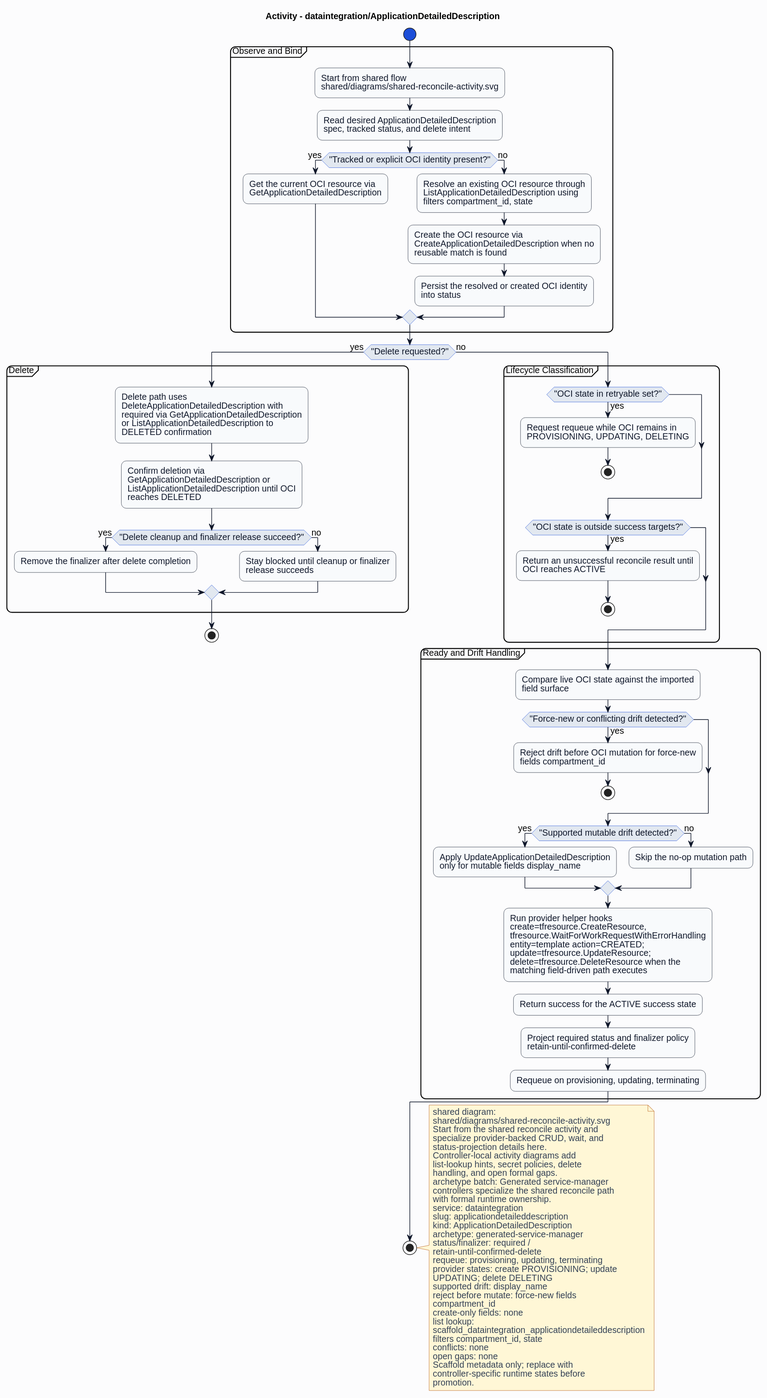
Above: formal/controllers/dataintegration/applicationdetaileddescription/diagrams/activity.svg in HaoyL666/oci-service-operator (PlantUML), before the change.
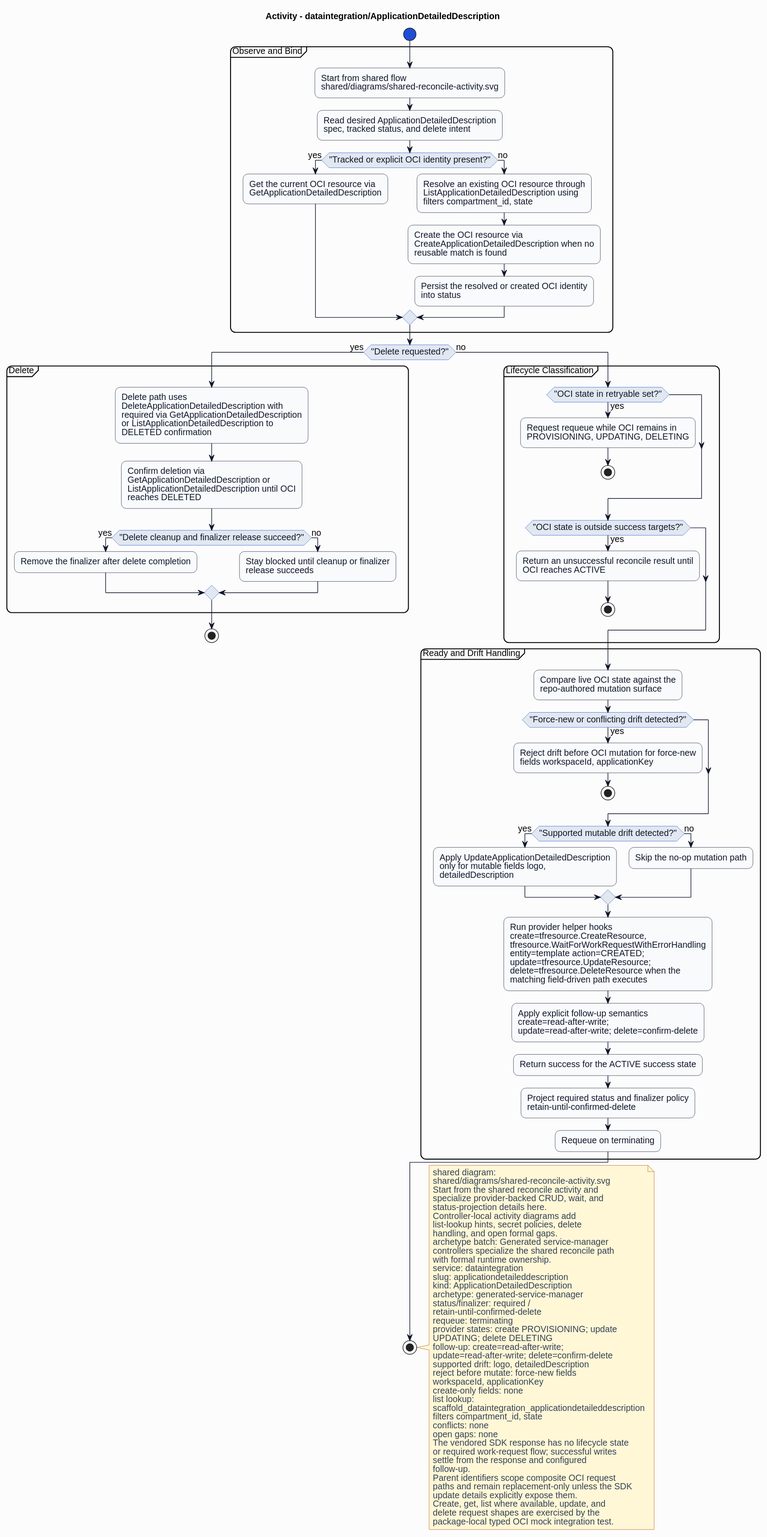
Later version of the same file.

What changed in the source:
```diff
@@ -55,20 +55,21 @@
 endif
 }
 partition "Ready and Drift Handling" {
-:Compare live OCI state against the imported\nfield surface;
+:Compare live OCI state against the\nrepo-authored mutation surface;
 if ("Force-new or conflicting drift detected?") then (yes)
-:Reject drift before OCI mutation for force-new\nfields compartment_id;
+:Reject drift before OCI mutation for force-new\nfields workspaceId, applicationKey;
 stop
 endif
 if ("Supported mutable drift detected?") then (yes)
-:Apply UpdateApplicationDetailedDescription\nonly for mutable fields display_name;
+:Apply UpdateApplicationDetailedDescription\nonly for mutable fields logo,\ndetailedDescription;
 else (no)
 :Skip the no-op mutation path;
 endif
 :Run provider helper hooks\ncreate=tfresource.CreateResource,\ntfresource.WaitForWorkRequestWithErrorHandling\nentity=template action=CREATED;\nupdate=tfresource.UpdateResource;\ndelete=tfresource.DeleteResource when the\nmatching field-driven path executes;
+:Apply explicit follow-up semantics\ncreate=read-after-write;\nupdate=read-after-write; delete=confirm-delete;
 :Return success for the ACTIVE success state;
 :Project required status and finalizer policy\nretain-until-confirmed-delete;
-:Requeue on provisioning, updating, terminating;
+:Requeue on terminating;
 }
 endif
 stop
@@ -90,20 +91,29 @@
 archetype: generated-service-manager
 status/finalizer: required /
 retain-until-confirmed-delete
-requeue: provisioning, updating, terminating
+requeue: terminating
 provider states: create PROVISIONING; update
 UPDATING; delete DELETING
-supported drift: display_name
+follow-up: create=read-after-write;
+update=read-after-write; delete=confirm-delete
+supported drift: logo, detailedDescription
 reject before mutate: force-new fields
-compartment_id
+workspaceId, applicationKey
 create-only fields: none
 list lookup:
 scaffold_dataintegration_applicationdetaileddescription
 filters compartment_id, state
 conflicts: none
 open gaps: none
-Scaffold metadata only; replace with
-controller-specific runtime states before
-promotion.
+The vendored SDK response has no lifecycle state
+or required work-request flow; successful writes
+settle from the response and configured
+follow-up.
+Parent identifiers scope composite OCI request
+paths and remain replacement-only unless the SDK
+update details explicitly expose them.
+Create, get, list where available, update, and
+delete request shapes are exercised by the
+package-local typed OCI mock integration test.
 end note
 @enduml
```
